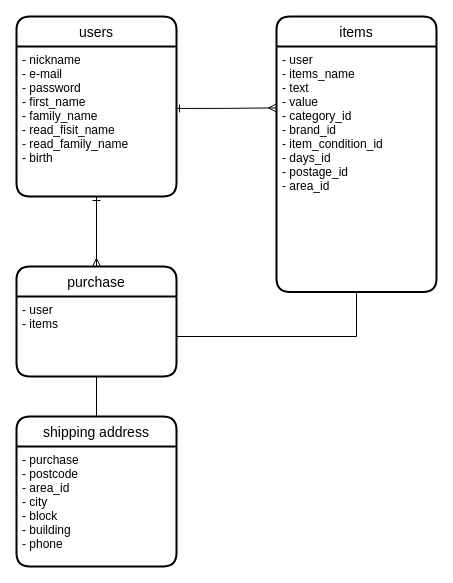
kotaro0217/seasy keeps this draw.io diagram as app/views/table.dio. Above is the earlier version. Source tidied: cells renumbered, new cells numbered last; positions are measured from the earlier drawing's top-left corner, leaving out a move shared by most shapes. Both pictures are drawn from the tidied source at 100%, with x=0, y=0 at pixel (16, 16).
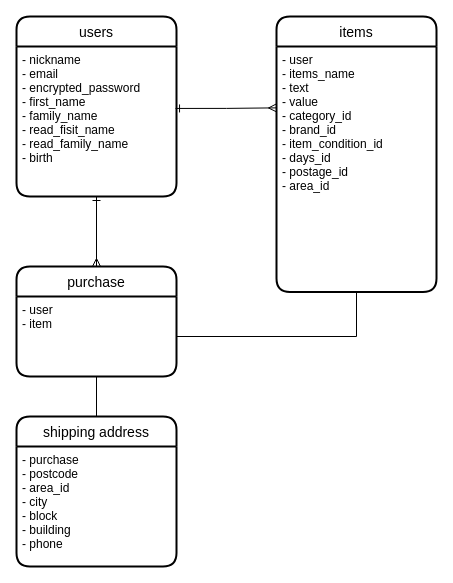
The same page after the edit.

Commit message (it also covers changes not shown here):
テーブル設計修正

Diff of the diagram source:
```diff
@@
 <mxGraphModel>
   <root>
     <mxCell id="0" />
     <mxCell id="1" parent="0" />
     <mxCell id="2" value="items" style="swimlane;horizontal=1;startSize=30;rounded=1;fontSize=14;fontStyle=0;strokeWidth=2;shadow=0;dashed=0;align=center;fillColor=none;" parent="1" vertex="1">
       <mxGeometry x="260" width="160" height="275.5" as="geometry" />
     </mxCell>
     <mxCell id="3" style="edgeStyle=orthogonalEdgeStyle;rounded=0;orthogonalLoop=1;jettySize=auto;html=1;exitX=0.5;exitY=1;exitDx=0;exitDy=0;" parent="2" edge="1" source="4" target="4">
       <mxGeometry relative="1" as="geometry" />
     </mxCell>
     <mxCell id="4" value="- user&#10;- items_name&#10;- text&#10;- value&#10;- category_id&#10;- brand_id&#10;- item_condition_id&#10;- days_id&#10;- postage_id&#10;- area_id" style="align=left;strokeColor=none;fillColor=none;spacingLeft=4;fontSize=12;verticalAlign=top;" parent="2" vertex="1">
       <mxGeometry y="30" width="160" height="245.5" as="geometry" />
     </mxCell>
     <mxCell id="5" value="users" style="swimlane;horizontal=1;startSize=30;rounded=1;fontSize=14;fontStyle=0;strokeWidth=2;shadow=0;dashed=0;align=center;fillColor=none;" parent="1" vertex="1">
       <mxGeometry width="160" height="180" as="geometry" />
     </mxCell>
-    <mxCell id="6" value="- nickname&#10;- e-mail&#10;- password&#10;- first_name&#10;- family_name&#10;- read_fisit_name&#10;- read_family_name&#10;- birth" style="align=left;strokeColor=none;fillColor=none;spacingLeft=4;fontSize=12;verticalAlign=top;" parent="5" vertex="1">
+    <mxCell id="6" value="- nickname&#10;- email&#10;- encrypted_password&#10;- first_name&#10;- family_name&#10;- read_fisit_name&#10;- read_family_name&#10;- birth" style="align=left;strokeColor=none;fillColor=none;spacingLeft=4;fontSize=12;verticalAlign=top;" parent="5" vertex="1">
       <mxGeometry y="30" width="160" height="150" as="geometry" />
     </mxCell>
     <mxCell id="7" value="shipping address" style="swimlane;horizontal=1;startSize=30;rounded=1;fontSize=14;fontStyle=0;strokeWidth=2;shadow=0;dashed=0;align=center;fillColor=none;" parent="1" vertex="1">
       <mxGeometry y="400" width="160" height="150" as="geometry" />
     </mxCell>
     <mxCell id="8" value="- purchase&#10;- postcode&#10;- area_id&#10;- city&#10;- block&#10;- building&#10;- phone&#10;&#10;" style="align=left;strokeColor=none;fillColor=none;spacingLeft=4;fontSize=12;verticalAlign=top;" parent="7" vertex="1">
       <mxGeometry y="30" width="160" height="120" as="geometry" />
     </mxCell>
     <mxCell id="9" style="edgeStyle=orthogonalEdgeStyle;rounded=0;orthogonalLoop=1;jettySize=auto;html=1;exitX=0.5;exitY=1;exitDx=0;exitDy=0;" parent="7" edge="1" source="8" target="8">
       <mxGeometry relative="1" as="geometry" />
     </mxCell>
     <mxCell id="10" value="purchase" style="swimlane;horizontal=1;startSize=30;rounded=1;fontSize=14;fontStyle=0;strokeWidth=2;shadow=0;dashed=0;align=center;" parent="1" vertex="1">
       <mxGeometry y="250" width="160" height="110" as="geometry" />
     </mxCell>
-    <mxCell id="11" value="- user&#10;- items" style="align=left;strokeColor=none;fillColor=none;spacingLeft=4;fontSize=12;verticalAlign=top;" parent="10" vertex="1">
+    <mxCell id="11" value="- user&#10;- item" style="align=left;strokeColor=none;fillColor=none;spacingLeft=4;fontSize=12;verticalAlign=top;" parent="10" vertex="1">
       <mxGeometry y="30" width="160" height="80" as="geometry" />
     </mxCell>
     <mxCell id="12" style="edgeStyle=orthogonalEdgeStyle;rounded=0;jettySize=auto;html=1;exitX=0.5;exitY=1;exitDx=0;exitDy=0;endArrow=none;endFill=0;" parent="1" edge="1" source="11" target="7">
       <mxGeometry relative="1" as="geometry" />
     </mxCell>
     <mxCell id="13" style="edgeStyle=orthogonalEdgeStyle;rounded=0;jettySize=auto;html=1;exitX=0.5;exitY=1;exitDx=0;exitDy=0;entryX=1;entryY=0.5;entryDx=0;entryDy=0;startArrow=none;startFill=0;endArrow=none;endFill=0;" parent="1" edge="1" source="4" target="11">
       <mxGeometry relative="1" as="geometry">
         <Array as="points">
           <mxPoint x="340" y="320" />
         </Array>
       </mxGeometry>
     </mxCell>
     <mxCell id="14" style="edgeStyle=orthogonalEdgeStyle;rounded=0;jettySize=auto;html=1;exitX=0.994;exitY=0.413;exitDx=0;exitDy=0;entryX=0;entryY=0.25;entryDx=0;entryDy=0;exitPerimeter=0;endArrow=ERmany;endFill=0;startArrow=ERone;startFill=0;" parent="1" edge="1" source="6" target="4">
       <mxGeometry relative="1" as="geometry" />
     </mxCell>
     <mxCell id="15" style="edgeStyle=orthogonalEdgeStyle;rounded=0;jettySize=auto;html=1;exitX=0.5;exitY=1;exitDx=0;exitDy=0;entryX=0.5;entryY=0;entryDx=0;entryDy=0;endArrow=ERmany;endFill=0;startArrow=ERone;startFill=0;" parent="1" edge="1" source="6" target="10">
       <mxGeometry relative="1" as="geometry" />
     </mxCell>
   </root>
 </mxGraphModel>
```
